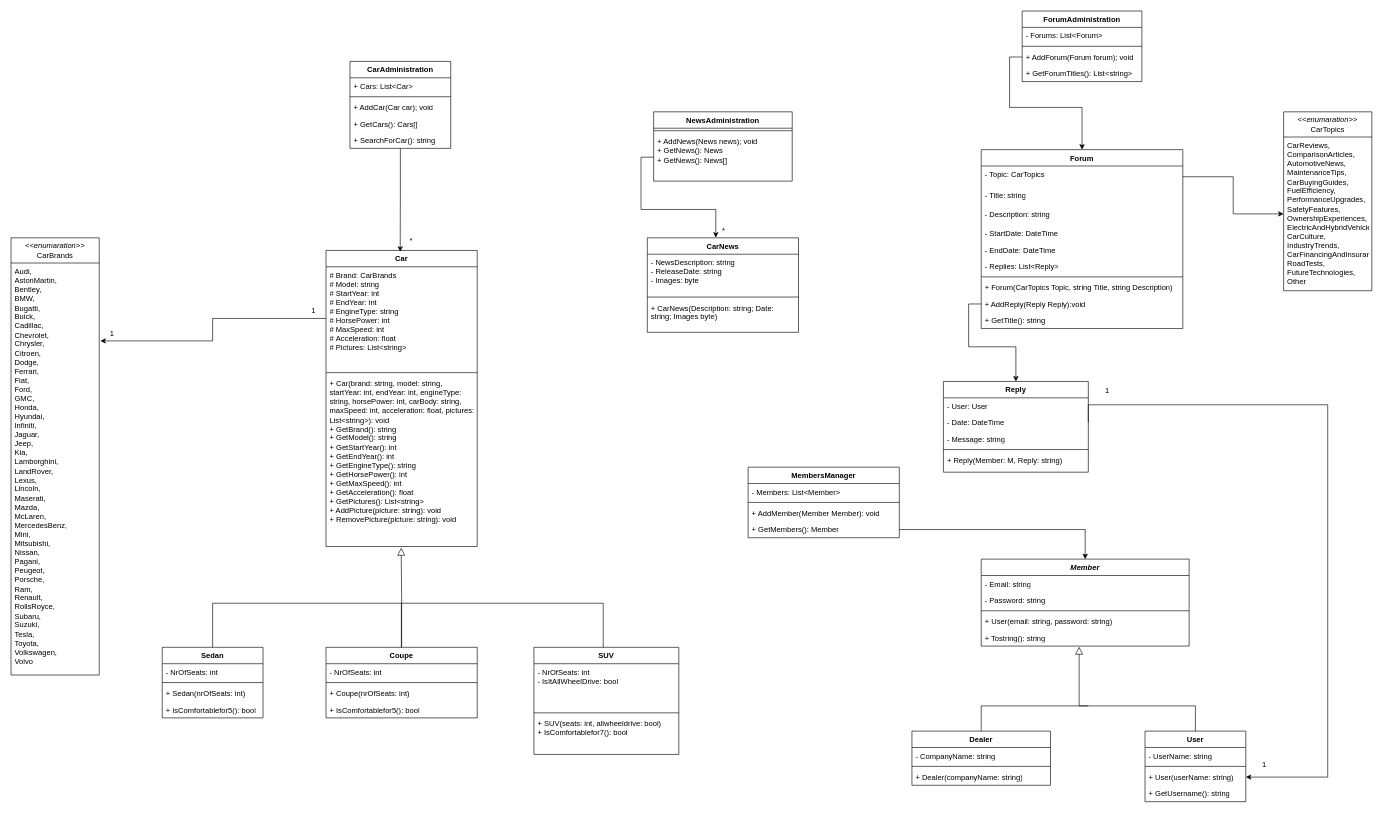
The draw.io diagram UML/UML diagram.drawio in AtanasDimitrov12/The-world-of-cars, before the edit. Source tidied: cells renumbered, new cells numbered last; positions are measured from the earlier drawing's top-left corner, leaving out a move shared by most shapes. Both pictures are drawn from the tidied source at 63%, with x=0, y=0 at pixel (11, 11).
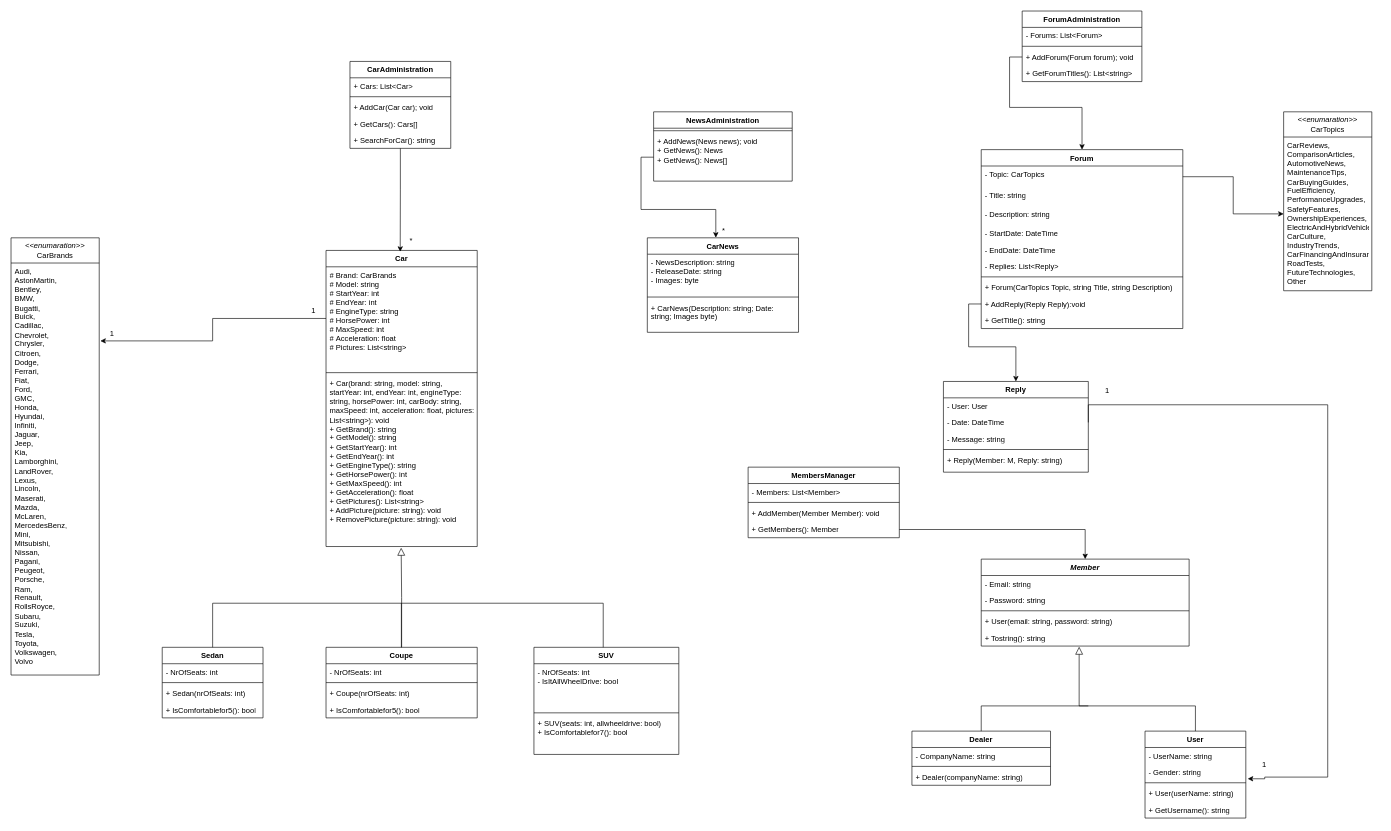
The same page after the edit.

The change refers to these unchanged cells:
```xml
<mxCell id="54" value="- Date: DateTime" style="text;strokeColor=none;fillColor=none;align=left;verticalAlign=top;spacingLeft=4;spacingRight=4;overflow=hidden;points=[[0,0.5],[1,0.5]];portConstraint=eastwest;whiteSpace=wrap;html=1;" parent="52" vertex="1">
  <mxGeometry y="52" width="230" height="26" as="geometry" />
</mxCell>
```

The edit, as a diff of the source:
```diff
@@
     <mxCell id="71" value="User" style="swimlane;fontStyle=1;align=center;verticalAlign=top;horizontal=1;startSize=26;whiteSpace=wrap;html=1;" parent="1" vertex="1">
-      <mxGeometry x="1800" y="1143" width="160" height="112" as="geometry" />
+      <mxGeometry x="1800" y="1143" width="160" height="138" as="geometry" />
     </mxCell>
@@
+    <mxCell id="101" value="- Gender: string" style="text;strokeColor=none;fillColor=none;align=left;verticalAlign=top;spacingLeft=4;spacingRight=4;overflow=hidden;whiteSpace=wrap;html=1;" parent="71" vertex="1">
+      <mxGeometry y="52" width="160" height="26" as="geometry" />
+    </mxCell>
     <mxCell id="73" style="line;strokeWidth=1;fillColor=none;align=left;verticalAlign=middle;spacingTop=-1;spacingLeft=3;spacingRight=3;labelPosition=right;strokeColor=inherit;" parent="71" vertex="1">
-      <mxGeometry y="52" width="160" height="8" as="geometry" />
+      <mxGeometry y="78" width="160" height="8" as="geometry" />
     </mxCell>
     <mxCell id="74" value="+ User(userName: string)" style="text;strokeColor=none;fillColor=none;align=left;verticalAlign=top;spacingLeft=4;spacingRight=4;overflow=hidden;points=[[0,0.5],[1,0.5]];portConstraint=eastwest;whiteSpace=wrap;html=1;" parent="71" vertex="1">
-      <mxGeometry y="60" width="160" height="26" as="geometry" />
+      <mxGeometry y="86" width="160" height="26" as="geometry" />
     </mxCell>
     <mxCell id="75" value="+ GetUsername(): string" style="text;strokeColor=none;fillColor=none;align=left;verticalAlign=top;spacingLeft=4;spacingRight=4;overflow=hidden;whiteSpace=wrap;html=1;" parent="71" vertex="1">
-      <mxGeometry y="86" width="160" height="26" as="geometry" />
+      <mxGeometry y="112" width="160" height="26" as="geometry" />
     </mxCell>
@@
-    <mxCell id="79" style="edgeStyle=orthogonalEdgeStyle;rounded=0;jettySize=auto;html=1;exitX=1;exitY=0.5;exitDx=0;exitDy=0;entryX=1;entryY=0.5;entryDx=0;entryDy=0;" parent="1" edge="1" source="54" target="74">
+    <mxCell id="79" style="edgeStyle=orthogonalEdgeStyle;rounded=0;jettySize=auto;html=1;exitX=1;exitY=0.5;exitDx=0;exitDy=0;entryX=1.019;entryY=-0.398;entryDx=0;entryDy=0;entryPerimeter=0;" parent="1" edge="1" source="54" target="74">
       <mxGeometry relative="1" as="geometry">
         <Array as="points">
           <mxPoint x="1710" y="625" />
           <mxPoint x="2090" y="625" />
           <mxPoint x="2090" y="1216" />
+          <mxPoint x="1990" y="1216" />
+          <mxPoint x="1990" y="1219" />
         </Array>
       </mxGeometry>
     </mxCell>
```
